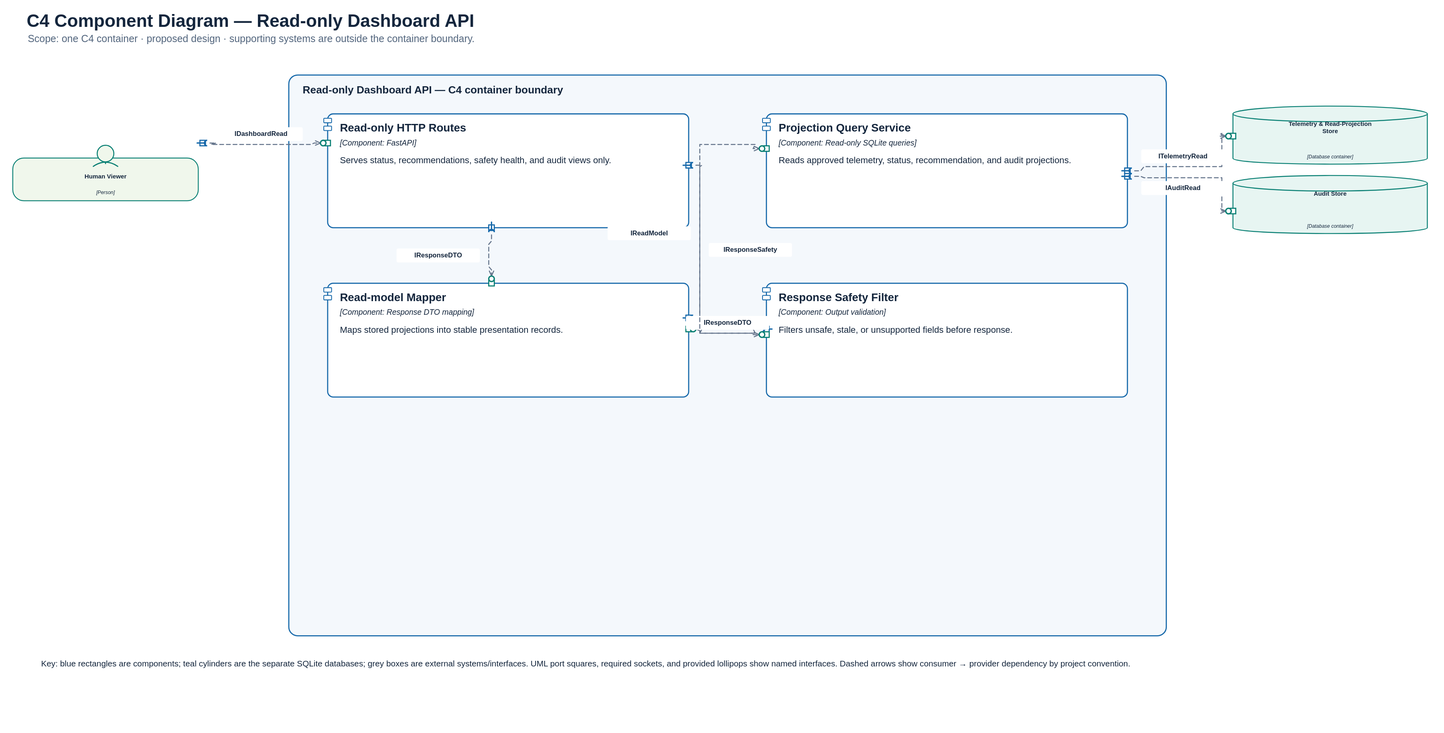
Earlier version of the PlantUML export documentation/architecture/c4/10_c4_dashboard_api_components.svg (Ammar-M-Eid/AIOS). Its source is kept beside it as documentation/architecture/c4/10_c4_dashboard_api_components.puml.
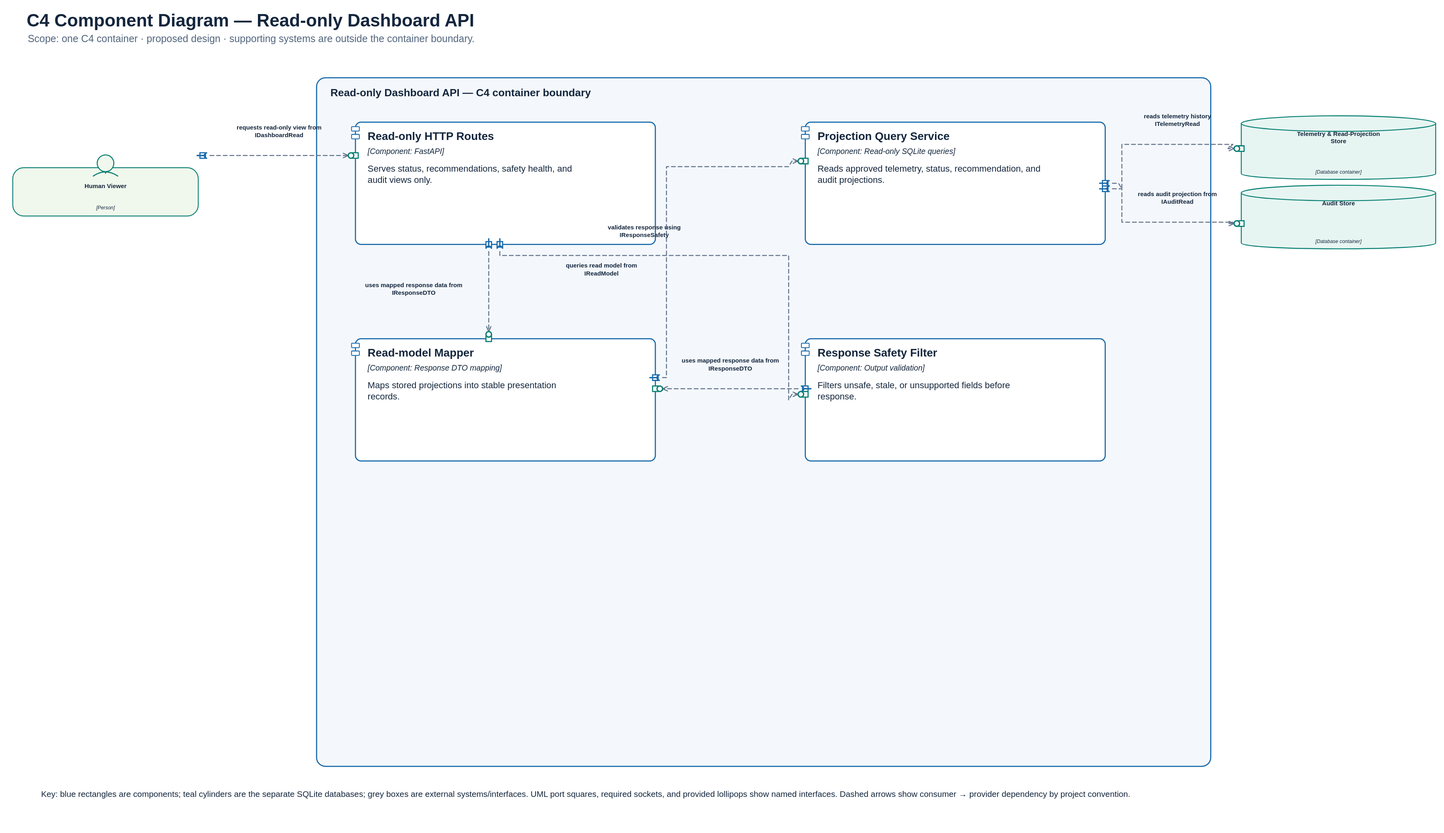
The same diagram one commit later.

The edit, as a diff of the source:
```diff
@@ -13,13 +13,13 @@
 Person(S1, "Human Viewer", "Read-only client of the dashboard")
 ContainerDb_Ext(S2, "Telemetry & Read-Projection Store", "SQLite · separate local database", "Proposed persistent data store outside this scoped container")
 ContainerDb_Ext(S3, "Audit Store", "SQLite · separate local database", "Proposed persistent data store outside this scoped container")
-Rel(S1, C1, "IDashboardRead", "Named local interface", $tags="dashed")
-Rel(C3, C2, "IReadModel", "Named local interface", $tags="dashed")
-Rel(C1, C3, "IResponseDTO", "Named local interface", $tags="dashed")
-Rel(C4, C3, "IResponseDTO", "Named local interface", $tags="dashed")
-Rel(C1, C4, "IResponseSafety", "Named local interface", $tags="dashed")
-Rel(C2, S2, "ITelemetryRead", "Named local interface", $tags="dashed")
-Rel(C2, S3, "IAuditRead", "Named local interface", $tags="dashed")
+Rel(S1, C1, "requests read-only view from", "IDashboardRead", $tags="dashed")
+Rel(C3, C2, "queries read model from", "IReadModel", $tags="dashed")
+Rel(C1, C3, "uses mapped response data from", "IResponseDTO", $tags="dashed")
+Rel(C4, C3, "uses mapped response data from", "IResponseDTO", $tags="dashed")
+Rel(C1, C4, "validates response using", "IResponseSafety", $tags="dashed")
+Rel(C2, S2, "reads telemetry history", "ITelemetryRead", $tags="dashed")
+Rel(C2, S3, "reads audit projection from", "IAuditRead", $tags="dashed")
 note bottom
 This editable source uses C4 element and relationship macros. The synchronized SVG/PDF/PNG/JPG rendering adds the requested UML1 component tabs, square ports, required sockets, and provided lollipops. Dashed dependency arrows are the project convention.
 end note
```
